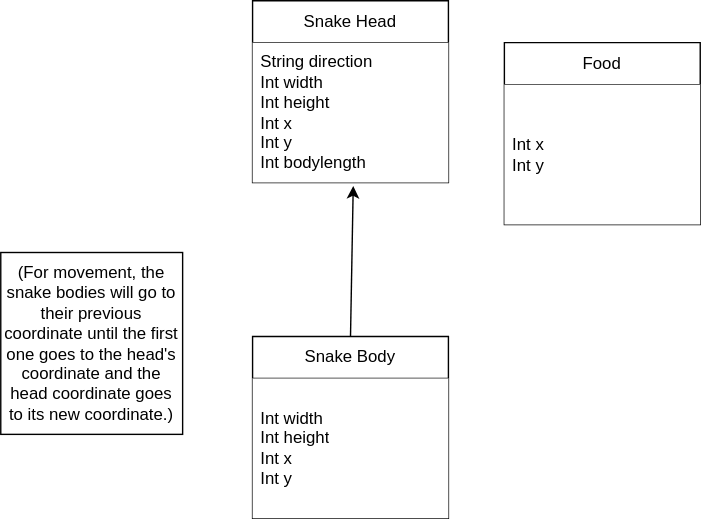
The draw.io diagram snake/snakeclassdiagram.drawio.svg in banananabusiness/project, before a commit. Source tidied: cells renumbered, new cells last; positions are measured from the earlier drawing's top-left corner, leaving out a move shared by most shapes.
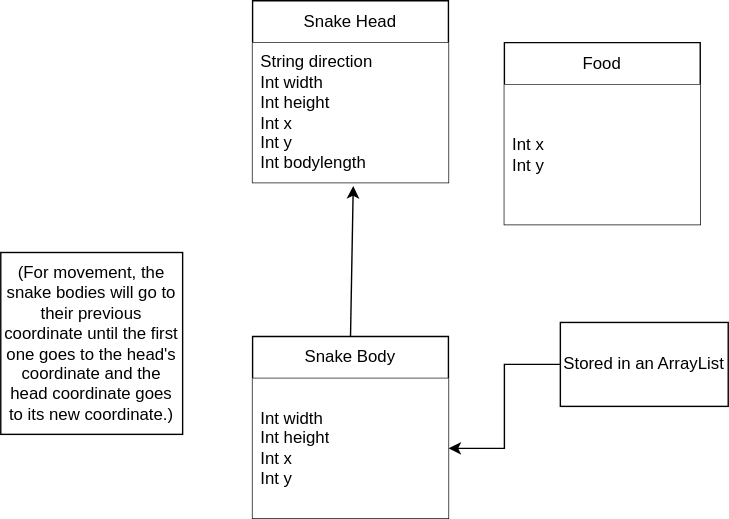
Later version of the same file.

Change to the diagram source:
```diff
@@ -26,5 +26,11 @@
     <mxCell id="9" value="Int x&lt;br&gt;Int y" style="text;strokeColor=none;fillColor=default;align=left;verticalAlign=middle;spacingLeft=4;spacingRight=4;overflow=hidden;whiteSpace=wrap;html=1;" parent="8" vertex="1">
       <mxGeometry y="30" width="140" height="100" as="geometry" />
     </mxCell>
+    <mxCell id="10" style="edgeStyle=orthogonalEdgeStyle;rounded=0;jettySize=auto;html=1;" parent="1" edge="1" source="11" target="5">
+      <mxGeometry relative="1" as="geometry" />
+    </mxCell>
+    <mxCell id="11" value="Stored in an ArrayList" style="rounded=0;whiteSpace=wrap;html=1;" parent="1" vertex="1">
+      <mxGeometry x="400" y="230" width="120" height="60" as="geometry" />
+    </mxCell>
   </root>
 </mxGraphModel>
```
